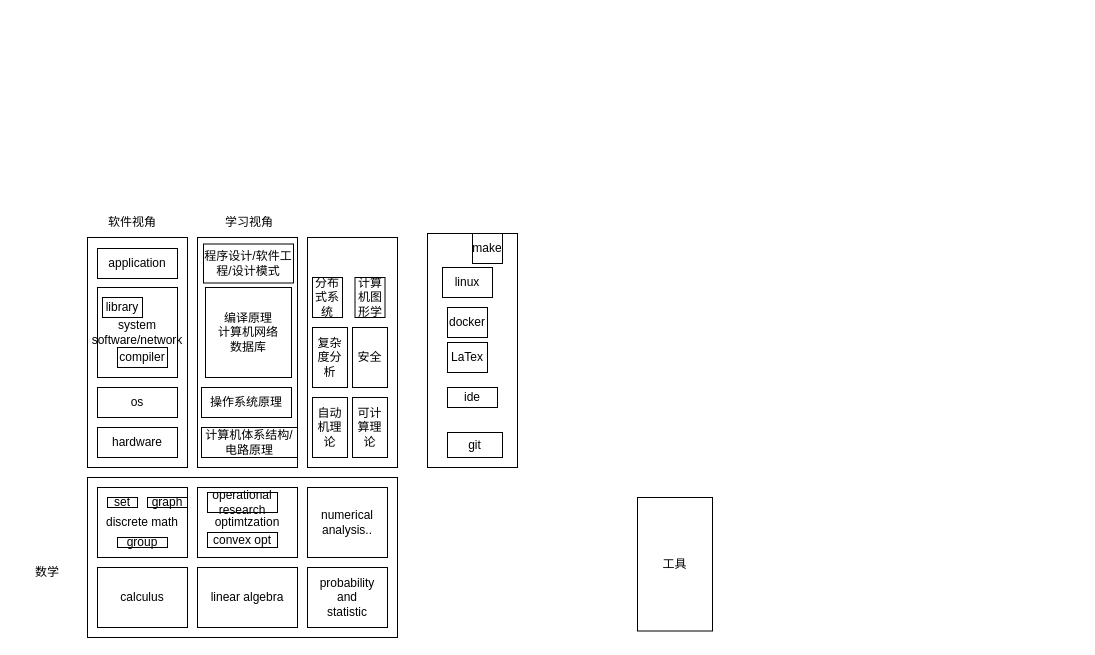
Earlier version of the draw.io diagram frame.drawio (ksd11/charts). Source tidied: cells renumbered, new cells numbered last; positions are measured from the earlier drawing's top-left corner, leaving out a move shared by most shapes. Both pictures are drawn from the tidied source at 100%, with x=0, y=0 at pixel (17, 207).
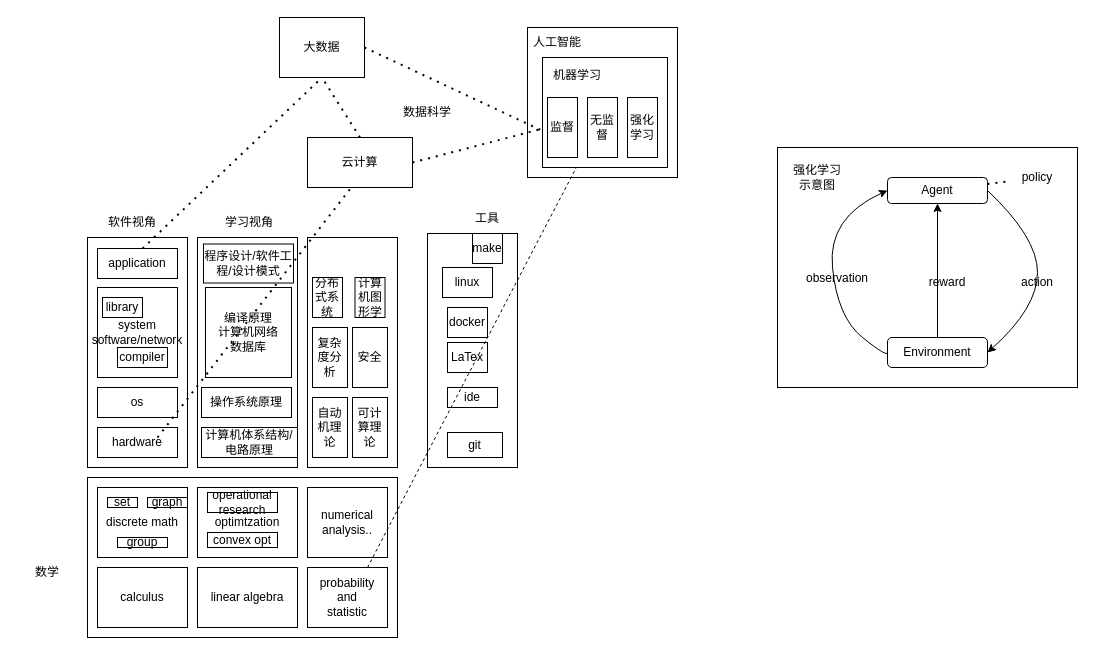
Above is the later version.

Commit message:
add machine learning

The change refers to these unchanged cells:
```xml
<mxCell id="5" value="probability&lt;br&gt;and&lt;br&gt;statistic" style="rounded=0;whiteSpace=wrap;html=1;" parent="1" vertex="1">
  <mxGeometry x="290" y="360" width="80" height="60" as="geometry" />
</mxCell>
```

The edit, as a diff of the source:
```diff
@@
-    <mxCell id="41" value="工具" style="rounded=0;whiteSpace=wrap;html=1;" parent="1" vertex="1">
-      <mxGeometry x="620" y="290" width="75" height="133.5" as="geometry" />
-    </mxCell>
@@
+    <mxCell id="44" style="endArrow=none;dashed=1;html=1;dashPattern=1 3;strokeWidth=2;rounded=0;entryX=0.5;entryY=1;entryDx=0;entryDy=0;" parent="1" edge="1" target="45">
+      <mxGeometry relative="1" as="geometry">
+        <mxPoint x="125" y="41" as="sourcePoint" />
+      </mxGeometry>
+    </mxCell>
+    <mxCell id="45" value="大数据" style="rounded=0;whiteSpace=wrap;html=1;" parent="1" vertex="1">
+      <mxGeometry x="262" y="-190" width="85" height="60" as="geometry" />
+    </mxCell>
+    <mxCell id="46" style="endArrow=none;dashed=1;html=1;dashPattern=1 3;strokeWidth=2;rounded=0;entryX=0.419;entryY=0.993;entryDx=0;entryDy=0;entryPerimeter=0;" parent="1" edge="1" target="47">
+      <mxGeometry relative="1" as="geometry">
+        <mxPoint x="140" y="230" as="sourcePoint" />
+      </mxGeometry>
+    </mxCell>
+    <mxCell id="41" value="工具" style="text;html=1;strokeColor=none;fillColor=none;align=center;verticalAlign=middle;whiteSpace=wrap;rounded=0;" parent="1" vertex="1">
+      <mxGeometry x="440" y="-4" width="60" height="30" as="geometry" />
+    </mxCell>
+    <mxCell id="47" value="云计算" style="rounded=0;whiteSpace=wrap;html=1;" parent="1" vertex="1">
+      <mxGeometry x="290" y="-70" width="105" height="50" as="geometry" />
+    </mxCell>
+    <mxCell id="48" style="rounded=0;whiteSpace=wrap;html=1;" parent="1" vertex="1">
+      <mxGeometry x="510" y="-180" width="150" height="150" as="geometry" />
+    </mxCell>
+    <mxCell id="49" value="人工智能" style="text;html=1;strokeColor=none;fillColor=none;align=center;verticalAlign=middle;whiteSpace=wrap;rounded=0;" parent="1" vertex="1">
+      <mxGeometry x="510" y="-180" width="60" height="30" as="geometry" />
+    </mxCell>
+    <mxCell id="50" style="rounded=0;whiteSpace=wrap;html=1;" parent="1" vertex="1">
+      <mxGeometry x="525" y="-150" width="125" height="110" as="geometry" />
+    </mxCell>
+    <mxCell id="51" value="机器学习" style="text;html=1;strokeColor=none;fillColor=none;align=center;verticalAlign=middle;whiteSpace=wrap;rounded=0;" parent="1" vertex="1">
+      <mxGeometry x="530" y="-147" width="60" height="30" as="geometry" />
+    </mxCell>
+    <mxCell id="52" value="监督" style="rounded=0;whiteSpace=wrap;html=1;" parent="1" vertex="1">
+      <mxGeometry x="530" y="-110" width="30" height="60" as="geometry" />
+    </mxCell>
+    <mxCell id="53" value="无监督" style="rounded=0;whiteSpace=wrap;html=1;" parent="1" vertex="1">
+      <mxGeometry x="570" y="-110" width="30" height="60" as="geometry" />
+    </mxCell>
+    <mxCell id="54" value="强化学习" style="rounded=0;whiteSpace=wrap;html=1;" parent="1" vertex="1">
+      <mxGeometry x="610" y="-110" width="30" height="60" as="geometry" />
+    </mxCell>
+    <mxCell id="55" style="endArrow=none;dashed=1;html=1;dashPattern=1 3;strokeWidth=2;rounded=0;exitX=1;exitY=0.5;exitDx=0;exitDy=0;" parent="1" edge="1" source="47" target="50">
+      <mxGeometry relative="1" as="geometry" />
+    </mxCell>
+    <mxCell id="56" style="endArrow=none;dashed=1;html=1;dashPattern=1 3;strokeWidth=2;rounded=0;entryX=0.5;entryY=1;entryDx=0;entryDy=0;exitX=0.5;exitY=0;exitDx=0;exitDy=0;" parent="1" edge="1" source="47" target="45">
+      <mxGeometry relative="1" as="geometry" />
+    </mxCell>
+    <mxCell id="57" style="endArrow=none;dashed=1;html=1;dashPattern=1 3;strokeWidth=2;rounded=0;exitX=1;exitY=0.5;exitDx=0;exitDy=0;entryX=-0.005;entryY=0.664;entryDx=0;entryDy=0;entryPerimeter=0;" parent="1" edge="1" source="45" target="50">
+      <mxGeometry relative="1" as="geometry" />
+    </mxCell>
+    <mxCell id="58" value="数据科学" style="text;html=1;strokeColor=none;fillColor=none;align=center;verticalAlign=middle;whiteSpace=wrap;rounded=0;" parent="1" vertex="1">
+      <mxGeometry x="380" y="-110" width="60" height="30" as="geometry" />
+    </mxCell>
+    <mxCell id="59" style="endArrow=none;dashed=1;html=1;rounded=0;exitX=0.75;exitY=0;exitDx=0;exitDy=0;" parent="1" edge="1" source="5" target="50">
+      <mxGeometry relative="1" as="geometry" />
+    </mxCell>
+    <mxCell id="60" style="rounded=0;whiteSpace=wrap;html=1;" parent="1" vertex="1">
+      <mxGeometry x="760" y="-60" width="300" height="240" as="geometry" />
+    </mxCell>
+    <mxCell id="61" value="Agent" style="rounded=1;whiteSpace=wrap;html=1;" parent="1" vertex="1">
+      <mxGeometry x="870" y="-30" width="100" height="26" as="geometry" />
+    </mxCell>
+    <mxCell id="62" value="Environment" style="rounded=1;whiteSpace=wrap;html=1;" parent="1" vertex="1">
+      <mxGeometry x="870" y="130" width="100" height="30" as="geometry" />
+    </mxCell>
+    <mxCell id="63" style="curved=1;endArrow=classic;html=1;rounded=0;exitX=0;exitY=0.5;exitDx=0;exitDy=0;entryX=0;entryY=0.5;entryDx=0;entryDy=0;" parent="1" edge="1" source="62" target="61">
+      <mxGeometry relative="1" as="geometry">
+        <Array as="points">
+          <mxPoint x="870" y="150" />
+          <mxPoint x="820" y="110" />
+          <mxPoint x="810" y="10" />
+        </Array>
+      </mxGeometry>
+    </mxCell>
+    <mxCell id="64" style="curved=1;endArrow=classic;html=1;rounded=0;entryX=1;entryY=0.5;entryDx=0;entryDy=0;exitX=1;exitY=0.5;exitDx=0;exitDy=0;" parent="1" edge="1" source="61" target="62">
+      <mxGeometry relative="1" as="geometry">
+        <Array as="points">
+          <mxPoint x="1020" y="30" />
+          <mxPoint x="1020" y="100" />
+        </Array>
+      </mxGeometry>
+    </mxCell>
+    <mxCell id="65" value="observation" style="text;html=1;strokeColor=none;fillColor=none;align=center;verticalAlign=middle;whiteSpace=wrap;rounded=0;" parent="1" vertex="1">
+      <mxGeometry x="790" y="56" width="60" height="30" as="geometry" />
+    </mxCell>
+    <mxCell id="66" style="endArrow=classic;html=1;rounded=0;" parent="1" edge="1" target="61">
+      <mxGeometry relative="1" as="geometry">
+        <mxPoint x="920" y="130" as="sourcePoint" />
+      </mxGeometry>
+    </mxCell>
+    <mxCell id="67" value="reward" style="text;html=1;strokeColor=none;fillColor=none;align=center;verticalAlign=middle;whiteSpace=wrap;rounded=0;" parent="1" vertex="1">
+      <mxGeometry x="900" y="60" width="60" height="30" as="geometry" />
+    </mxCell>
+    <mxCell id="68" value="action" style="text;html=1;strokeColor=none;fillColor=none;align=center;verticalAlign=middle;whiteSpace=wrap;rounded=0;" parent="1" vertex="1">
+      <mxGeometry x="990" y="60" width="60" height="30" as="geometry" />
+    </mxCell>
+    <mxCell id="69" value="policy" style="text;html=1;strokeColor=none;fillColor=none;align=center;verticalAlign=middle;whiteSpace=wrap;rounded=0;" parent="1" vertex="1">
+      <mxGeometry x="990" y="-40" width="60" height="20" as="geometry" />
+    </mxCell>
+    <mxCell id="70" style="endArrow=none;dashed=1;html=1;dashPattern=1 3;strokeWidth=2;rounded=0;" parent="1" edge="1" source="61" target="69">
+      <mxGeometry relative="1" as="geometry" />
+    </mxCell>
+    <mxCell id="71" value="强化学习示意图" style="text;html=1;strokeColor=none;fillColor=none;align=center;verticalAlign=middle;whiteSpace=wrap;rounded=0;" parent="1" vertex="1">
+      <mxGeometry x="770" y="-45" width="60" height="30" as="geometry" />
+    </mxCell>
```
